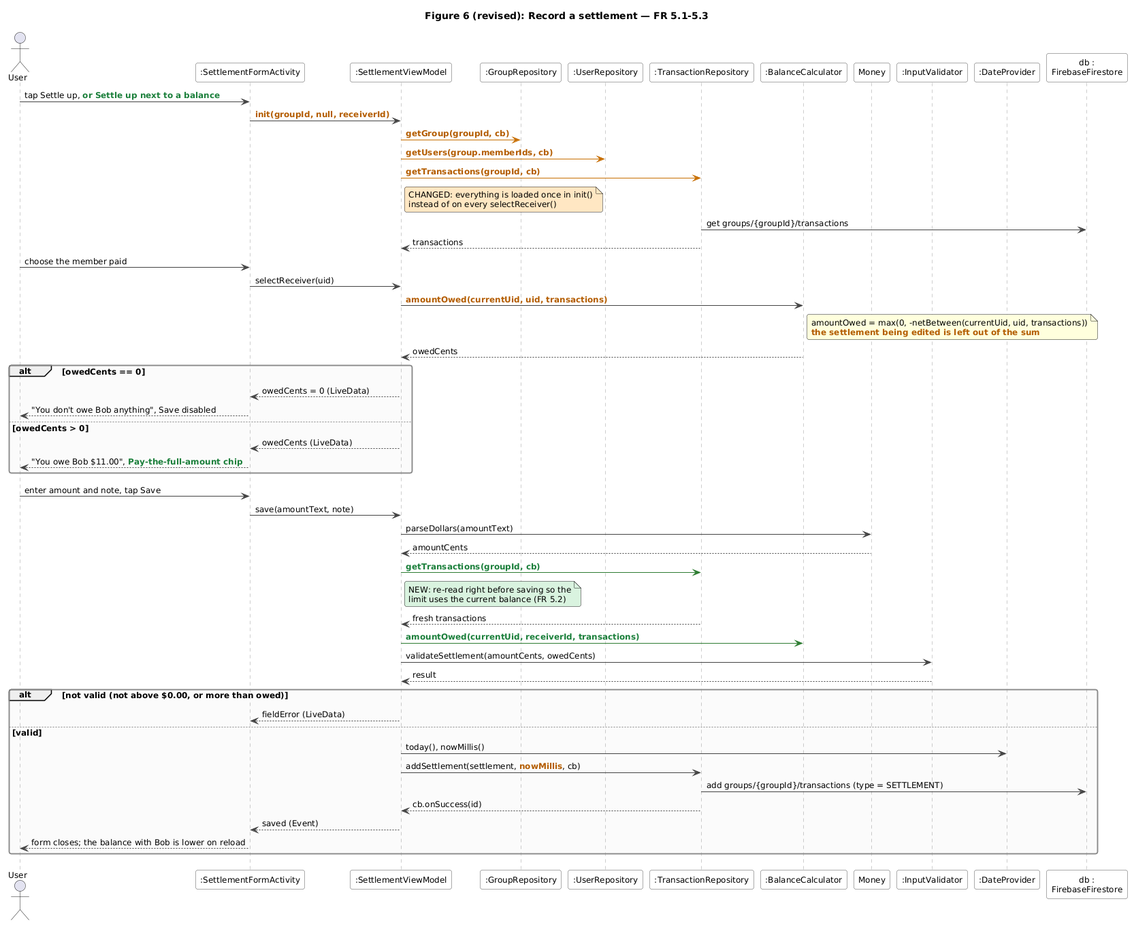
Before: docs/diagrams/seq-settlement.png, a diagram exported from PlantUML (AuxDevarapalli/CSCI310-Project).
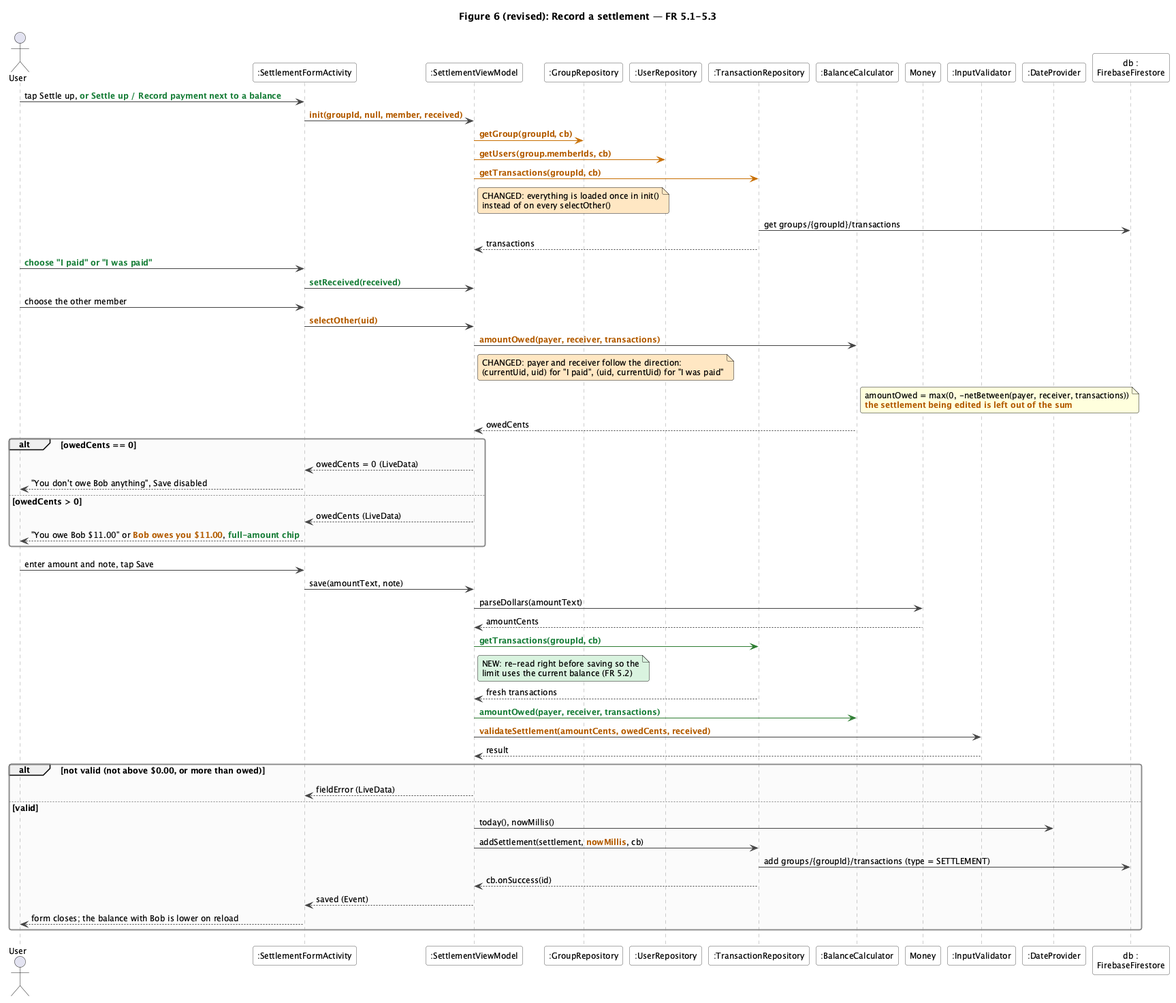
The same file after the commit.

Change to the diagram source:
```diff
@@ -13,25 +13,28 @@
 participant ":DateProvider" as D
 participant "db :\nFirebaseFirestore" as DB
 
-User -> UI : tap Settle up, NEW(or Settle up next to a balance)
-UI -> VM : CHG(init(groupId, null, receiverId))
+User -> UI : tap Settle up, NEW(or Settle up / Record payment next to a balance)
+UI -> VM : CHG(init(groupId, null, member, received))
 VM -[#C76E00]> GR : CHG(getGroup(groupId, cb))
 VM -[#C76E00]> UR : CHG(getUsers(group.memberIds, cb))
 VM -[#C76E00]> TR : CHG(getTransactions(groupId, cb))
-note right of VM #FFE7C2 : CHANGED: everything is loaded once in init()\ninstead of on every selectReceiver()
+note right of VM #FFE7C2 : CHANGED: everything is loaded once in init()\ninstead of on every selectOther()
 TR -> DB : get groups/{groupId}/transactions
 TR --> VM : transactions
-User -> UI : choose the member paid
-UI -> VM : selectReceiver(uid)
-VM -> BC : CHG(amountOwed(currentUid, uid, transactions))
-note right of BC : amountOwed = max(0, -netBetween(currentUid, uid, transactions))\nCHG(the settlement being edited is left out of the sum)
+User -> UI : NEW(choose "I paid" or "I was paid")
+UI -> VM : NEW(setReceived(received))
+User -> UI : choose the other member
+UI -> VM : CHG(selectOther(uid))
+VM -> BC : CHG(amountOwed(payer, receiver, transactions))
+note right of VM #FFE7C2 : CHANGED: payer and receiver follow the direction:\n(currentUid, uid) for "I paid", (uid, currentUid) for "I was paid"
+note right of BC : amountOwed = max(0, -netBetween(payer, receiver, transactions))\nCHG(the settlement being edited is left out of the sum)
 BC --> VM : owedCents
 alt owedCents == 0
   VM --> UI : owedCents = 0 (LiveData)
   UI --> User : "You don't owe Bob anything", Save disabled
 else owedCents > 0
   VM --> UI : owedCents (LiveData)
-  UI --> User : "You owe Bob $11.00", NEW(Pay-the-full-amount chip)
+  UI --> User : "You owe Bob $11.00" or CHG("Bob owes you $11.00"), NEW(full-amount chip)
 end
 User -> UI : enter amount and note, tap Save
 UI -> VM : save(amountText, note)
@@ -40,8 +43,8 @@
 VM -[#2E7D32]> TR : NEW(getTransactions(groupId, cb))
 note right of VM #D9F2DE : NEW: re-read right before saving so the\nlimit uses the current balance (FR 5.2)
 TR --> VM : fresh transactions
-VM -[#2E7D32]> BC : NEW(amountOwed(currentUid, receiverId, transactions))
-VM -> V : validateSettlement(amountCents, owedCents)
+VM -[#2E7D32]> BC : NEW(amountOwed(payer, receiver, transactions))
+VM -> V : CHG(validateSettlement(amountCents, owedCents, received))
 V --> VM : result
 alt not valid (not above $0.00, or more than owed)
   VM --> UI : fieldError (LiveData)
```
